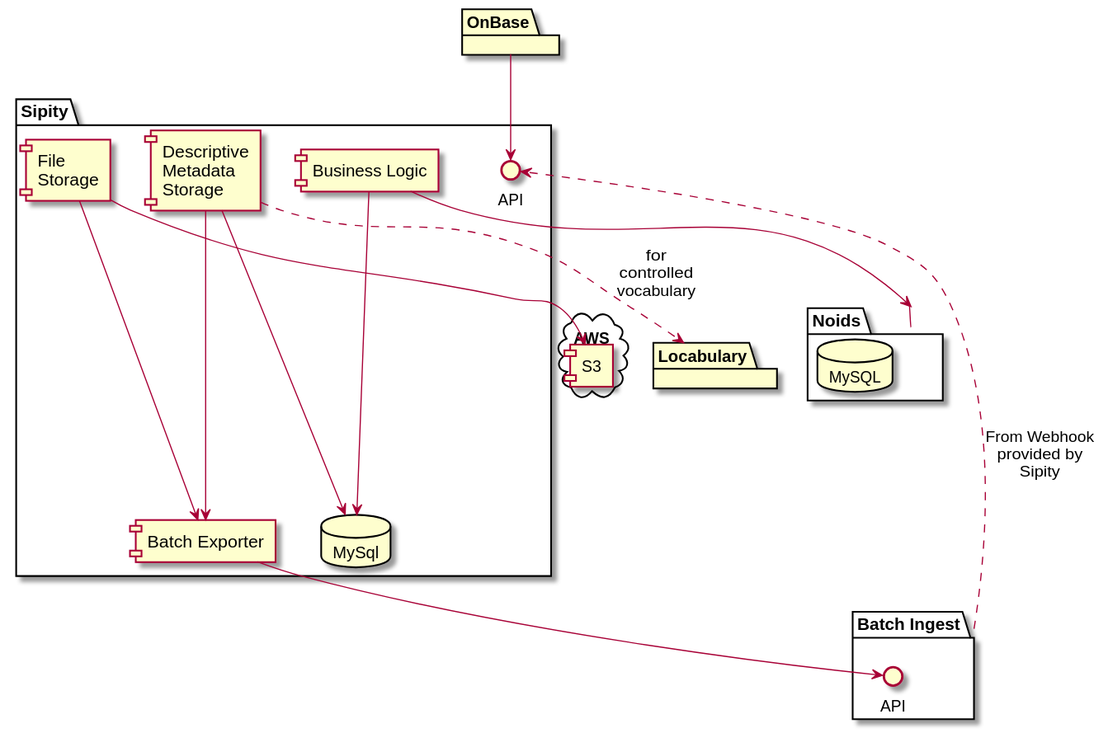
ndlib/dam-ecosystem-mapping keeps this PlantUML diagram as plantuml/sipity.svg. Above is the earlier version.
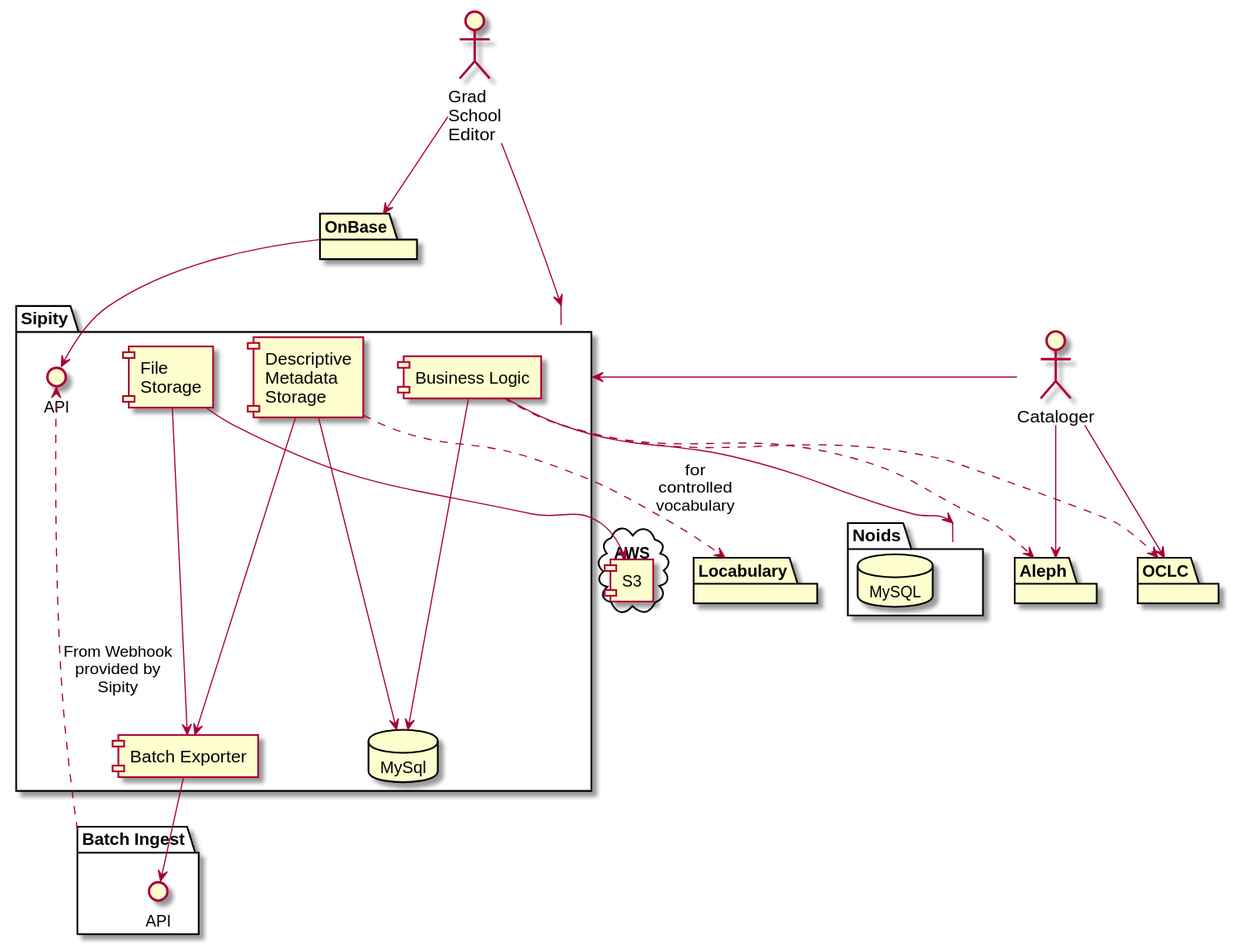
After the change.

Change to the diagram source:
```diff
@@ -9,6 +9,8 @@
   database "MySql"
 
 }
+actor "Cataloger"
+actor "Grad\nSchool\nEditor" as GradSchoolEditor
 
 package "Batch Ingest" as Batch {
   interface "API" as BatchAPI
@@ -17,6 +19,9 @@
 package Noids {
   database MySQL as MySQLNoids
 }
+
+package OCLC
+package Aleph
 
 package OnBase
 
@@ -36,5 +41,15 @@
 SipityBL --> MySql
 SipityBL --> Noids
 OnBase --> SipityAPI
+SipityBL ..> Aleph
+SipityBL ..> OCLC
+
+
+GradSchoolEditor --> OnBase
+GradSchoolEditor --> Sipity
+Cataloger --> Sipity
+Cataloger --> Aleph
+Cataloger --> OCLC
+
 
 @enduml
```
